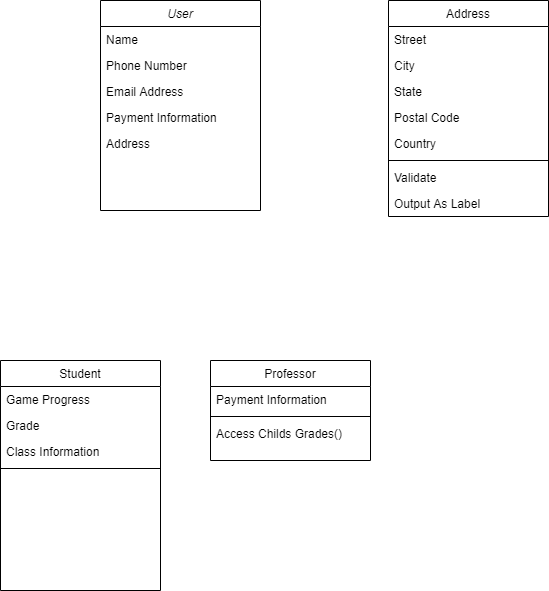
Earlier version of the draw.io export Deliverables/Week_4/Class Diagram.png (Hanandrof/Group-3-Repository). Source tidied: cells renumbered, new cells last; positions are measured from the earlier drawing's top-left corner, leaving out a move shared by most shapes.
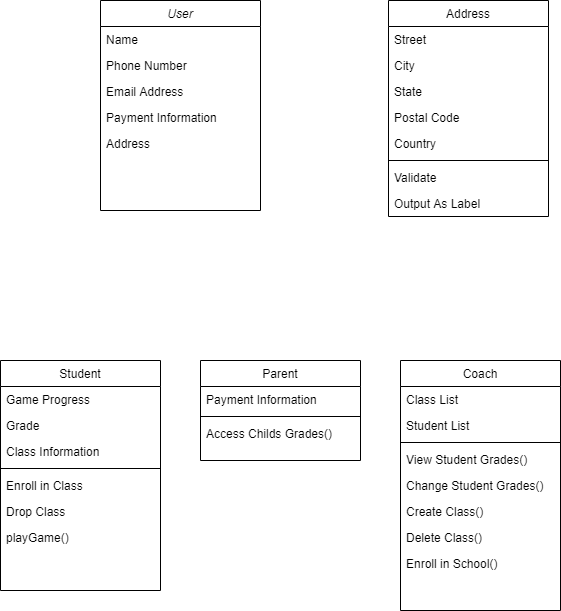
After the change.

The edit, as a diff of the source:
```diff
@@ -35,8 +35,17 @@
     <mxCell id="12" style="line;html=1;strokeWidth=1;align=left;verticalAlign=middle;spacingTop=-1;spacingLeft=3;spacingRight=3;labelPosition=right;" parent="8" vertex="1">
       <mxGeometry y="104" width="160" height="8" as="geometry" />
     </mxCell>
+    <mxCell id="26" value="Enroll in Class" style="text;align=left;verticalAlign=top;spacingLeft=4;spacingRight=4;overflow=hidden;rounded=0;shadow=0;html=0;" parent="8" vertex="1">
+      <mxGeometry y="112" width="160" height="26" as="geometry" />
+    </mxCell>
+    <mxCell id="27" value="Drop Class" style="text;align=left;verticalAlign=top;spacingLeft=4;spacingRight=4;overflow=hidden;rounded=0;shadow=0;html=0;" parent="8" vertex="1">
+      <mxGeometry y="138" width="160" height="26" as="geometry" />
+    </mxCell>
+    <mxCell id="28" value="playGame()" style="text;align=left;verticalAlign=top;spacingLeft=4;spacingRight=4;overflow=hidden;rounded=0;shadow=0;html=0;" parent="8" vertex="1">
+      <mxGeometry y="164" width="160" height="26" as="geometry" />
+    </mxCell>
-    <mxCell id="13" value="Professor" style="swimlane;fontStyle=0;align=center;verticalAlign=top;horizontal=1;startSize=26;rounded=0;shadow=0;strokeWidth=1;" parent="1" vertex="1">
-      <mxGeometry x="210" y="360" width="160" height="100" as="geometry" />
+    <mxCell id="13" value="Parent" style="swimlane;fontStyle=0;align=center;verticalAlign=top;horizontal=1;startSize=26;rounded=0;shadow=0;strokeWidth=1;" parent="1" vertex="1">
+      <mxGeometry x="200" y="360" width="160" height="100" as="geometry" />
     </mxCell>
     <mxCell id="14" value="Payment Information" style="text;align=left;verticalAlign=top;spacingLeft=4;spacingRight=4;overflow=hidden;" parent="13" vertex="1">
       <mxGeometry y="26" width="160" height="26" as="geometry" />
@@ -74,5 +83,32 @@
     <mxCell id="25" value="Output As Label" style="text;align=left;verticalAlign=top;spacingLeft=4;spacingRight=4;overflow=hidden;" parent="17" vertex="1">
       <mxGeometry y="190" width="160" height="26" as="geometry" />
     </mxCell>
+    <mxCell id="29" value="Coach" style="swimlane;fontStyle=0;align=center;verticalAlign=top;horizontal=1;startSize=26;rounded=0;shadow=0;strokeWidth=1;" parent="1" vertex="1">
+      <mxGeometry x="400" y="360" width="160" height="250" as="geometry" />
+    </mxCell>
+    <mxCell id="30" value="Class List" style="text;align=left;verticalAlign=top;spacingLeft=4;spacingRight=4;overflow=hidden;" parent="29" vertex="1">
+      <mxGeometry y="26" width="160" height="26" as="geometry" />
+    </mxCell>
+    <mxCell id="31" value="Student List" style="text;align=left;verticalAlign=top;spacingLeft=4;spacingRight=4;overflow=hidden;" parent="29" vertex="1">
+      <mxGeometry y="52" width="160" height="26" as="geometry" />
+    </mxCell>
+    <mxCell id="32" style="line;html=1;strokeWidth=1;align=left;verticalAlign=middle;spacingTop=-1;spacingLeft=3;spacingRight=3;labelPosition=right;" parent="29" vertex="1">
+      <mxGeometry y="78" width="160" height="8" as="geometry" />
+    </mxCell>
+    <mxCell id="33" value="View Student Grades()" style="text;align=left;verticalAlign=top;spacingLeft=4;spacingRight=4;overflow=hidden;" parent="29" vertex="1">
+      <mxGeometry y="86" width="160" height="26" as="geometry" />
+    </mxCell>
+    <mxCell id="34" value="Change Student Grades()" style="text;align=left;verticalAlign=top;spacingLeft=4;spacingRight=4;overflow=hidden;" parent="29" vertex="1">
+      <mxGeometry y="112" width="160" height="26" as="geometry" />
+    </mxCell>
+    <mxCell id="35" value="Create Class()" style="text;align=left;verticalAlign=top;spacingLeft=4;spacingRight=4;overflow=hidden;" parent="29" vertex="1">
+      <mxGeometry y="138" width="160" height="26" as="geometry" />
+    </mxCell>
+    <mxCell id="36" value="Delete Class()" style="text;align=left;verticalAlign=top;spacingLeft=4;spacingRight=4;overflow=hidden;" parent="29" vertex="1">
+      <mxGeometry y="164" width="160" height="26" as="geometry" />
+    </mxCell>
+    <mxCell id="37" value="Enroll in School()" style="text;align=left;verticalAlign=top;spacingLeft=4;spacingRight=4;overflow=hidden;" parent="29" vertex="1">
+      <mxGeometry y="190" width="160" height="26" as="geometry" />
+    </mxCell>
   </root>
 </mxGraphModel>
```
